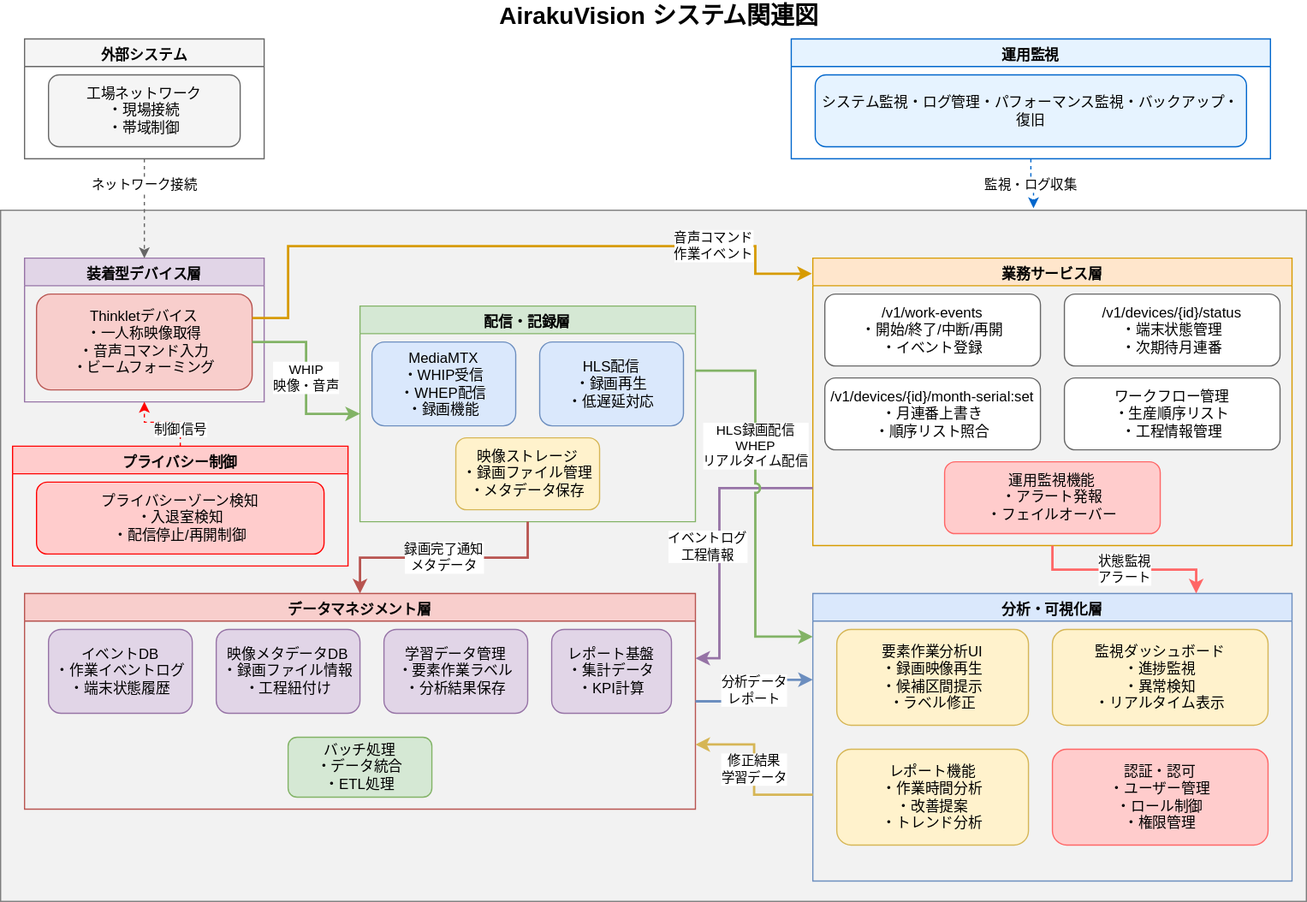
The draw.io diagram docs/03000_設計書/03000_システム基本設計/システム基本設計システム関連図.svg in daichiTAAA/AirakuVision, before a commit. Source tidied: cells renumbered, new cells last; positions are measured from the earlier drawing's top-left corner, leaving out a move shared by most shapes.
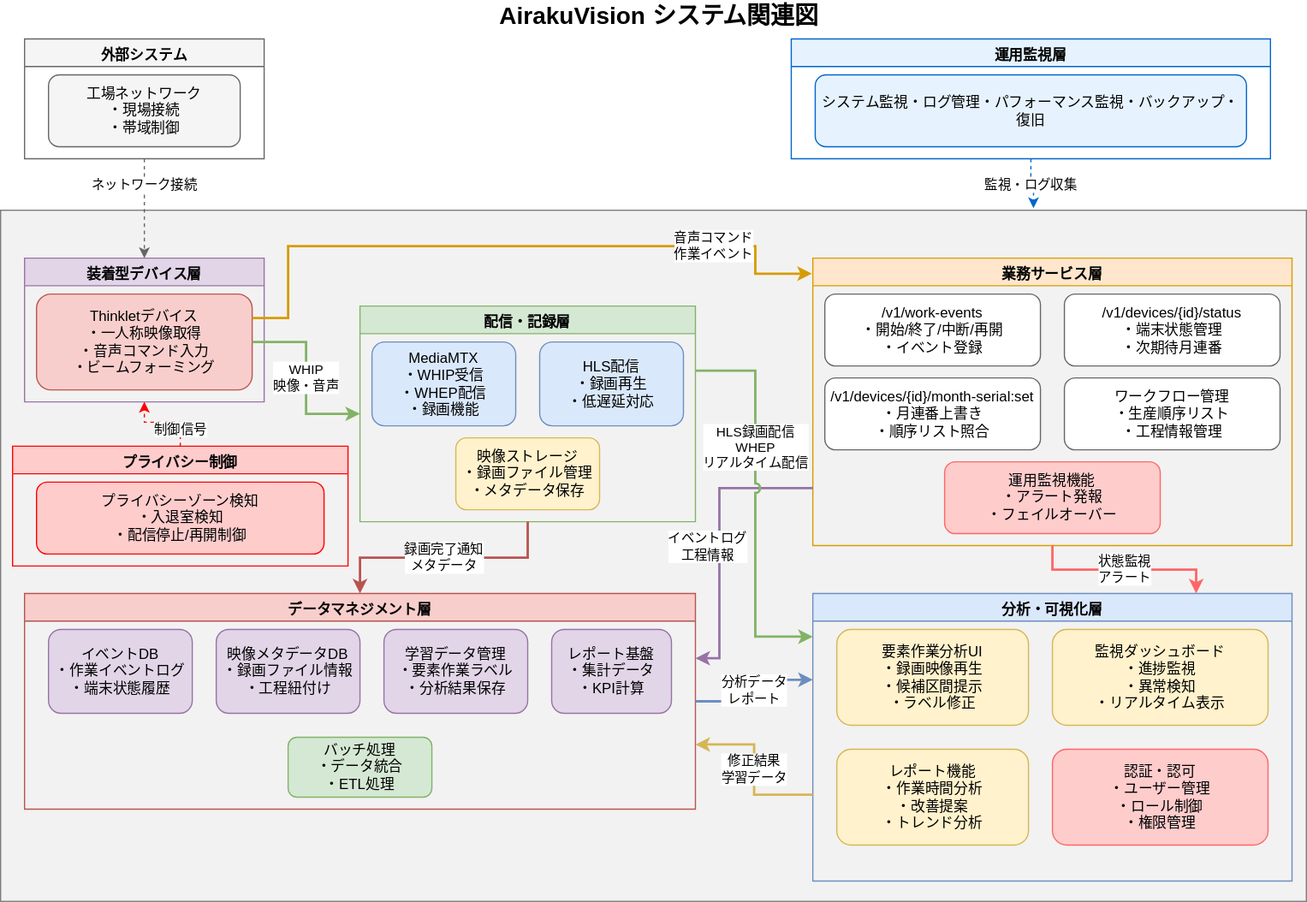
After the commit.

The edit, as a diff of the source:
```diff
@@ -86,7 +86,7 @@
     <mxCell id="29" value="プライバシーゾーン検知&#10;・入退室検知&#10;・配信停止/再開制御" style="rounded=1;whiteSpace=wrap;html=1;fillColor=#ffcccc;strokeColor=#ff0000;" parent="28" vertex="1">
       <mxGeometry x="20" y="30" width="240" height="60" as="geometry" />
     </mxCell>
-    <mxCell id="30" value="運用監視" style="swimlane;fontStyle=1;align=center;verticalAlign=top;whiteSpace=wrap;html=1;fillColor=#e6f3ff;strokeColor=#0066cc;" parent="1" vertex="1">
+    <mxCell id="30" value="運用監視層" style="swimlane;fontStyle=1;align=center;verticalAlign=top;whiteSpace=wrap;html=1;fillColor=#e6f3ff;strokeColor=#0066cc;" parent="1" vertex="1">
       <mxGeometry x="660" y="30" width="400" height="100" as="geometry" />
     </mxCell>
     <mxCell id="31" value="システム監視・ログ管理・パフォーマンス監視・バックアップ・復旧" style="rounded=1;whiteSpace=wrap;html=1;fillColor=#e6f3ff;strokeColor=#0066cc;" parent="30" vertex="1">
```
